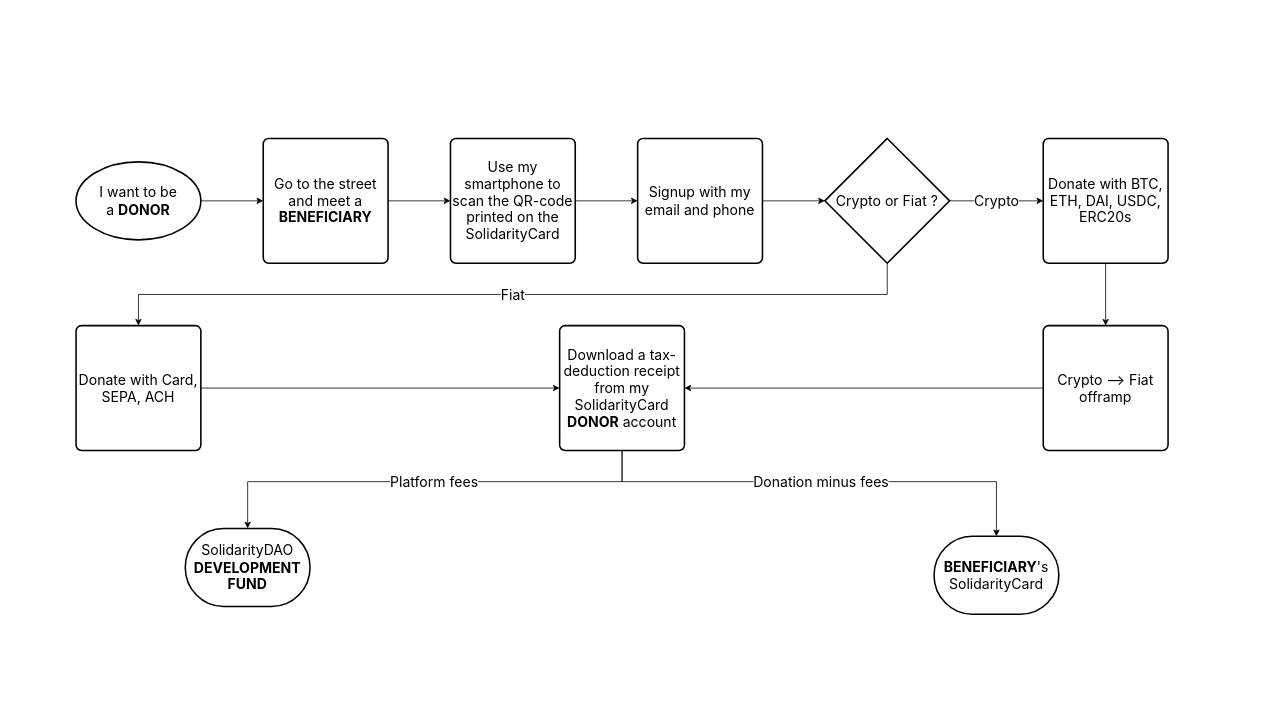
Before: Design/Flowcharts/Donate_to_a_person.drawio in mvteclat/SolidarityCard, a draw.io diagram. Source tidied: cells renumbered, new cells numbered last; positions are measured from the earlier drawing's top-left corner, leaving out a move shared by most shapes. Both pictures are drawn from the tidied source at 78%, with x=0, y=0 at pixel (76, 138).
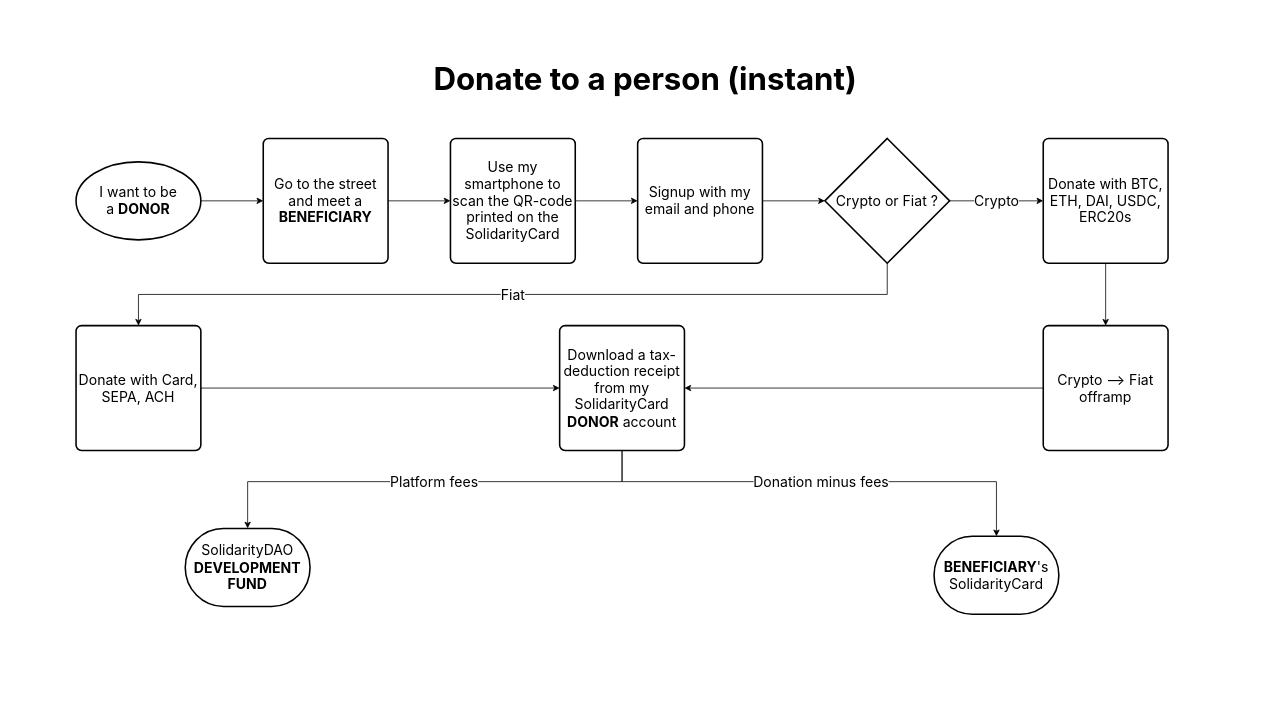
After the change.

Diff of the diagram source:
```diff
@@
-<mxGraphModel>
+<mxGraphModel background="#ffffff">
@@
+    <mxCell id="24" style="rounded=0;whiteSpace=wrap;html=1;strokeColor=none;fillColor=none;" parent="1" vertex="1">
+      <mxGeometry x="-80" y="-160" width="1599" height="898" as="geometry" />
+    </mxCell>
@@
+    <mxCell id="25" value="Donate to a person (instant)" style="text;html=1;strokeColor=none;fillColor=none;align=center;verticalAlign=middle;whiteSpace=wrap;rounded=0;fontFamily=SF Pro Text;fontSize=40;fontStyle=1;" parent="1" vertex="1">
+      <mxGeometry x="450" y="-100" width="560" height="48" as="geometry" />
+    </mxCell>
```
